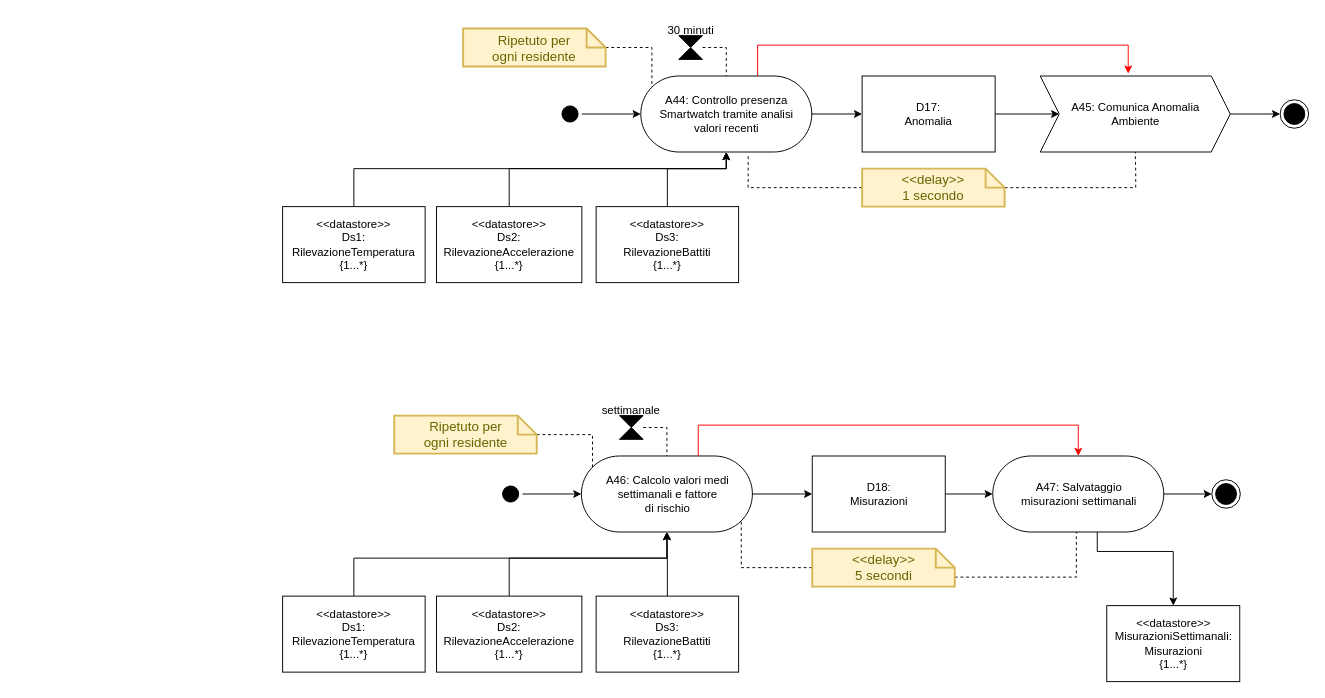
This is page "Page-9" (9 of 11) of Progetto/Diagrammi_Attivita/DiagrammiAttivita.drawio from Wonderjack996/unimib-software-architecture, a draw.io file, before an edit. Source tidied: cells renumbered, new cells numbered last; positions are measured from the earlier drawing's top-left corner, leaving out a move shared by most shapes. Both pictures are drawn from the tidied source at 95%, with x=0, y=0 at pixel (282, 16).
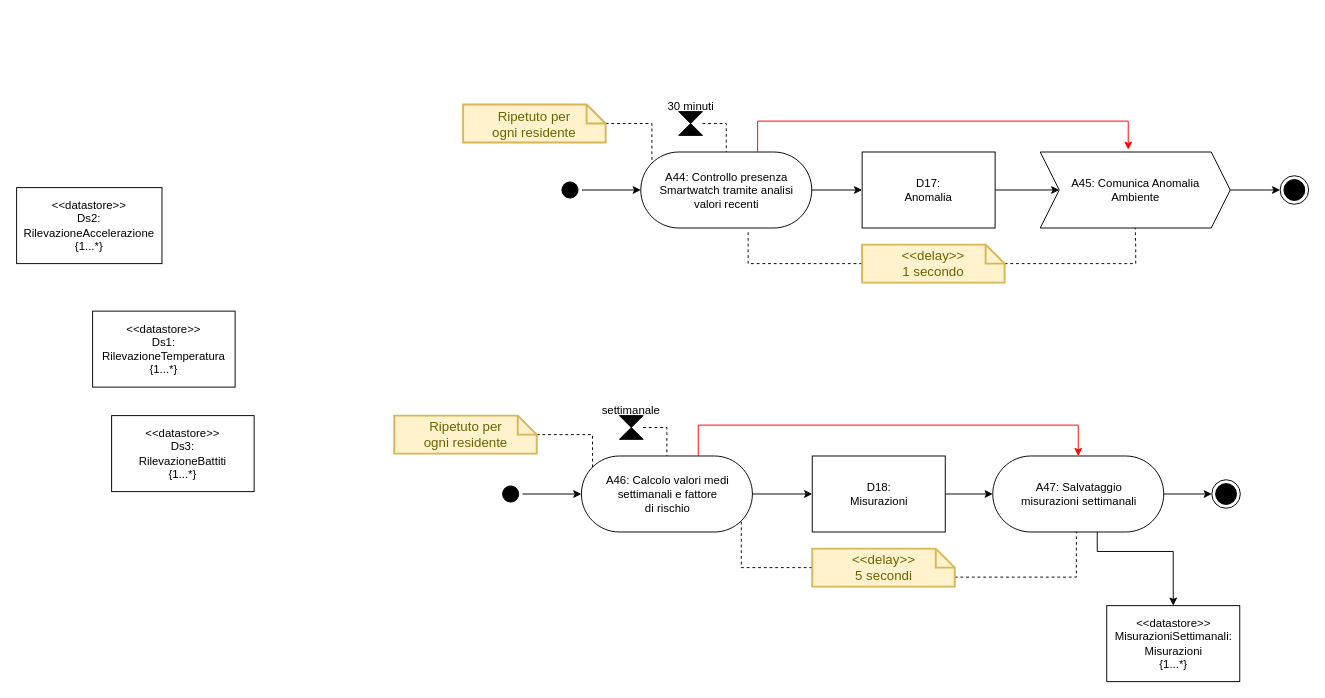
The same page after the edit.

Unchanged cells that the change refers to:
```xml
<mxCell id="27" value="&lt;div&gt;A46: Calcolo valori medi&lt;/div&gt;&lt;div&gt;settimanali e fattore&lt;/div&gt;&lt;div&gt;di rischio&lt;/div&gt;" style="html=1;dashed=0;whitespace=wrap;shape=mxgraph.dfd.start;" parent="1" vertex="1">
  <mxGeometry x="314.5" y="462.5" width="180" height="80" as="geometry" />
</mxCell>
```

Change to the diagram source:
```diff
@@
     <mxCell id="2" style="ellipse;html=1;shape=startState;fillColor=#000000;" parent="1" vertex="1">
-      <mxGeometry x="290" y="90" width="25" height="25" as="geometry" />
+      <mxGeometry x="290" y="170" width="25" height="25" as="geometry" />
     </mxCell>
     <mxCell id="3" value="&lt;div&gt;A44: Controllo presenza&lt;/div&gt;&lt;div&gt;Smartwatch tramite analisi&lt;/div&gt;&lt;div&gt;valori recenti&lt;/div&gt;" style="html=1;dashed=0;whitespace=wrap;shape=mxgraph.dfd.start;" parent="1" vertex="1">
-      <mxGeometry x="377" y="62.5" width="180" height="80" as="geometry" />
+      <mxGeometry x="377" y="142.5" width="180" height="80" as="geometry" />
     </mxCell>
@@
     <mxCell id="5" value="A45: Comunica Anomalia&lt;br&gt;Ambiente" style="shape=step;perimeter=stepPerimeter;whiteSpace=wrap;html=1;fixedSize=1;gradientColor=none;" parent="1" vertex="1">
-      <mxGeometry x="797.5" y="62.5" width="200" height="80" as="geometry" />
+      <mxGeometry x="797.5" y="142.5" width="200" height="80" as="geometry" />
     </mxCell>
@@
     <mxCell id="7" style="edgeStyle=orthogonalEdgeStyle;rounded=0;jettySize=auto;html=1;entryX=0.5;entryY=0.5;entryDx=0;entryDy=-40;entryPerimeter=0;strokeWidth=1;startArrow=none;startFill=0;endArrow=none;endFill=0;dashed=1;" parent="1" edge="1" source="8" target="3">
       <mxGeometry relative="1" as="geometry">
         <Array as="points">
-          <mxPoint x="467" y="32" />
+          <mxPoint x="467" y="112" />
         </Array>
       </mxGeometry>
     </mxCell>
     <mxCell id="8" style="shape=collate;whiteSpace=wrap;html=1;fillColor=#000000;" parent="1" vertex="1">
-      <mxGeometry x="417" y="20" width="25" height="25" as="geometry" />
+      <mxGeometry x="417" y="100" width="25" height="25" as="geometry" />
     </mxCell>
     <mxCell id="9" value="30 minuti" style="text;html=1;strokeColor=none;fillColor=none;align=center;verticalAlign=middle;whiteSpace=wrap;rounded=0;" parent="1" vertex="1">
-      <mxGeometry x="399.5" width="60" height="30" as="geometry" />
+      <mxGeometry x="399.5" y="80" width="60" height="30" as="geometry" />
     </mxCell>
@@
     <mxCell id="12" style="edgeStyle=orthogonalEdgeStyle;rounded=0;jettySize=auto;html=1;entryX=0.463;entryY=-0.031;entryDx=0;entryDy=0;entryPerimeter=0;strokeColor=#FF0000;endArrow=classic;endFill=1;fillColor=#e51400;" parent="1" edge="1" source="3" target="5">
       <mxGeometry relative="1" as="geometry">
         <Array as="points">
-          <mxPoint x="500" y="30" />
-          <mxPoint x="890" y="30" />
+          <mxPoint x="500" y="110" />
+          <mxPoint x="890" y="110" />
         </Array>
       </mxGeometry>
     </mxCell>
     <mxCell id="13" style="edgeStyle=orthogonalEdgeStyle;rounded=0;jettySize=auto;html=1;entryX=0.5;entryY=1;entryDx=0;entryDy=0;dashed=1;startArrow=none;startFill=0;endArrow=none;endFill=0;" parent="1" edge="1" source="20" target="5">
       <mxGeometry relative="1" as="geometry">
         <Array as="points">
-          <mxPoint x="898" y="180" />
-          <mxPoint x="898" y="163" />
+          <mxPoint x="898" y="260" />
+          <mxPoint x="898" y="243" />
         </Array>
       </mxGeometry>
     </mxCell>
     <mxCell id="14" style="edgeStyle=orthogonalEdgeStyle;rounded=0;jettySize=auto;html=1;dashed=1;startArrow=none;startFill=0;endArrow=none;endFill=0;entryX=0.628;entryY=1.056;entryDx=0;entryDy=0;entryPerimeter=0;" parent="1" edge="1" source="20" target="3">
       <mxGeometry relative="1" as="geometry">
         <Array as="points">
-          <mxPoint x="490" y="180" />
+          <mxPoint x="490" y="260" />
         </Array>
       </mxGeometry>
     </mxCell>
-    <mxCell id="15" style="edgeStyle=orthogonalEdgeStyle;rounded=0;jettySize=auto;html=1;entryX=0.5;entryY=0.5;entryDx=0;entryDy=40;entryPerimeter=0;endArrow=classic;endFill=1;" parent="1" edge="1" source="21" target="3">
-      <mxGeometry relative="1" as="geometry">
-        <Array as="points">
-          <mxPoint x="467" y="160" />
-        </Array>
-      </mxGeometry>
-    </mxCell>
@@
     <mxCell id="17" value="Ripetuto per&lt;br&gt;ogni residente" style="shape=note;strokeWidth=2;fontSize=14;size=20;whiteSpace=wrap;html=1;fillColor=#fff2cc;strokeColor=#d6b656;fontColor=#666600;" parent="1" vertex="1">
-      <mxGeometry x="190" y="12.5" width="150" height="40" as="geometry" />
+      <mxGeometry x="190" y="92.5" width="150" height="40" as="geometry" />
     </mxCell>
     <mxCell id="18" style="ellipse;html=1;shape=endState;fillColor=#000000;strokeColor=#000000;" parent="1" vertex="1">
-      <mxGeometry x="1050" y="87.5" width="30" height="30" as="geometry" />
+      <mxGeometry x="1050" y="167.5" width="30" height="30" as="geometry" />
     </mxCell>
     <mxCell id="19" value="D17:&lt;br&gt;Anomalia" style="rounded=0;whiteSpace=wrap;html=1;" parent="1" vertex="1">
-      <mxGeometry x="610" y="62.5" width="140" height="80" as="geometry" />
+      <mxGeometry x="610" y="142.5" width="140" height="80" as="geometry" />
     </mxCell>
     <mxCell id="20" value="&amp;lt;&amp;lt;delay&amp;gt;&amp;gt;&lt;br&gt;1 secondo" style="shape=note;strokeWidth=2;fontSize=14;size=20;whiteSpace=wrap;html=1;fillColor=#fff2cc;strokeColor=#d6b656;fontColor=#666600;" parent="1" vertex="1">
-      <mxGeometry x="610" y="160" width="150" height="40" as="geometry" />
+      <mxGeometry x="610" y="240" width="150" height="40" as="geometry" />
     </mxCell>
     <mxCell id="21" value="&lt;div&gt;&amp;lt;&amp;lt;datastore&amp;gt;&amp;gt;&lt;/div&gt;&lt;div&gt;Ds1:&lt;/div&gt;&lt;div&gt;RilevazioneTemperatura&lt;/div&gt;&lt;div&gt;&lt;span&gt;{1...*&lt;/span&gt;&lt;span&gt;}&lt;/span&gt;&lt;/div&gt;" style="rounded=0;whiteSpace=wrap;html=1;" parent="1" vertex="1">
-      <mxGeometry y="200" width="150" height="80" as="geometry" />
+      <mxGeometry x="-200" y="310" width="150" height="80" as="geometry" />
     </mxCell>
-    <mxCell id="22" style="edgeStyle=orthogonalEdgeStyle;rounded=0;jettySize=auto;html=1;entryX=0.5;entryY=0.5;entryDx=0;entryDy=40;entryPerimeter=0;endArrow=classic;endFill=1;" parent="1" edge="1" source="23" target="3">
-      <mxGeometry relative="1" as="geometry">
-        <Array as="points">
-          <mxPoint x="239" y="160" />
-          <mxPoint x="467" y="160" />
-        </Array>
-      </mxGeometry>
-    </mxCell>
     <mxCell id="23" value="&lt;div&gt;&amp;lt;&amp;lt;datastore&amp;gt;&amp;gt;&lt;/div&gt;&lt;div&gt;Ds2:&lt;/div&gt;&lt;div&gt;RilevazioneAccelerazione&lt;/div&gt;&lt;div&gt;{1...*}&lt;br&gt;&lt;/div&gt;" style="rounded=0;whiteSpace=wrap;html=1;" parent="1" vertex="1">
-      <mxGeometry x="162" y="200" width="153" height="80" as="geometry" />
+      <mxGeometry x="-280" y="180" width="153" height="80" as="geometry" />
     </mxCell>
-    <mxCell id="24" style="edgeStyle=orthogonalEdgeStyle;rounded=0;jettySize=auto;html=1;entryX=0.5;entryY=0.5;entryDx=0;entryDy=40;entryPerimeter=0;endArrow=classic;endFill=1;" parent="1" edge="1" source="25" target="3">
-      <mxGeometry relative="1" as="geometry">
-        <Array as="points">
-          <mxPoint x="405" y="160" />
-          <mxPoint x="467" y="160" />
-        </Array>
-      </mxGeometry>
-    </mxCell>
     <mxCell id="25" value="&lt;div&gt;&amp;lt;&amp;lt;datastore&amp;gt;&amp;gt;&lt;/div&gt;&lt;div&gt;Ds3:&lt;/div&gt;&lt;div&gt;RilevazioneBattiti&lt;/div&gt;&lt;div&gt;{1...*}&lt;br&gt;&lt;/div&gt;" style="rounded=0;whiteSpace=wrap;html=1;" parent="1" vertex="1">
-      <mxGeometry x="330" y="200" width="150" height="80" as="geometry" />
+      <mxGeometry x="-180" y="420" width="150" height="80" as="geometry" />
     </mxCell>
@@
-    <mxCell id="46" style="edgeStyle=orthogonalEdgeStyle;rounded=0;jettySize=auto;html=1;endArrow=classic;endFill=1;" parent="1" edge="1" source="47" target="27">
-      <mxGeometry relative="1" as="geometry">
-        <Array as="points">
-          <mxPoint x="74.5" y="570" />
-          <mxPoint x="404.5" y="570" />
-        </Array>
-      </mxGeometry>
-    </mxCell>
-    <mxCell id="47" value="&lt;div&gt;&amp;lt;&amp;lt;datastore&amp;gt;&amp;gt;&lt;/div&gt;&lt;div&gt;Ds1:&lt;/div&gt;&lt;div&gt;RilevazioneTemperatura&lt;/div&gt;&lt;div&gt;&lt;span&gt;{1...*&lt;/span&gt;&lt;span&gt;}&lt;/span&gt;&lt;/div&gt;" style="rounded=0;whiteSpace=wrap;html=1;" parent="1" vertex="1">
-      <mxGeometry y="610" width="150" height="80" as="geometry" />
-    </mxCell>
-    <mxCell id="48" style="edgeStyle=orthogonalEdgeStyle;rounded=0;jettySize=auto;html=1;entryX=0.5;entryY=0.5;entryDx=0;entryDy=40;entryPerimeter=0;endArrow=classic;endFill=1;" parent="1" edge="1" source="49" target="27">
-      <mxGeometry relative="1" as="geometry">
-        <Array as="points">
-          <mxPoint x="238.5" y="570" />
-          <mxPoint x="404.5" y="570" />
-        </Array>
-      </mxGeometry>
-    </mxCell>
-    <mxCell id="49" value="&lt;div&gt;&amp;lt;&amp;lt;datastore&amp;gt;&amp;gt;&lt;/div&gt;&lt;div&gt;Ds2:&lt;/div&gt;&lt;div&gt;RilevazioneAccelerazione&lt;/div&gt;&lt;div&gt;{1...*}&lt;br&gt;&lt;/div&gt;" style="rounded=0;whiteSpace=wrap;html=1;" parent="1" vertex="1">
-      <mxGeometry x="162" y="610" width="153" height="80" as="geometry" />
-    </mxCell>
-    <mxCell id="50" style="edgeStyle=orthogonalEdgeStyle;rounded=0;jettySize=auto;html=1;entryX=0.5;entryY=0.5;entryDx=0;entryDy=40;entryPerimeter=0;endArrow=classic;endFill=1;" parent="1" edge="1" source="51" target="27">
-      <mxGeometry relative="1" as="geometry" />
-    </mxCell>
-    <mxCell id="51" value="&lt;div&gt;&amp;lt;&amp;lt;datastore&amp;gt;&amp;gt;&lt;/div&gt;&lt;div&gt;Ds3:&lt;/div&gt;&lt;div&gt;RilevazioneBattiti&lt;/div&gt;&lt;div&gt;{1...*}&lt;br&gt;&lt;/div&gt;" style="rounded=0;whiteSpace=wrap;html=1;" parent="1" vertex="1">
-      <mxGeometry x="330" y="610" width="150" height="80" as="geometry" />
-    </mxCell>
```
